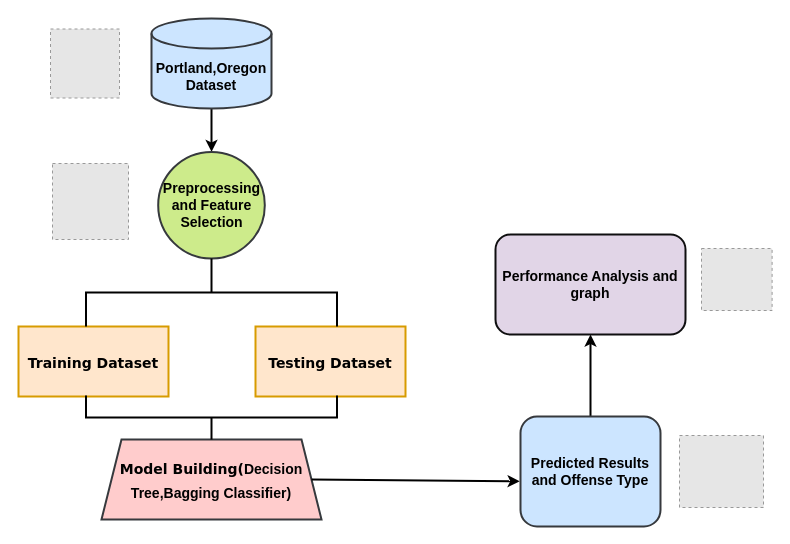
This is Untitled Diagram.drawio from ChanumoluGayathri/System_Design, a draw.io file, before an edit. Source tidied: cells renumbered, new cells numbered last; positions are measured from the earlier drawing's top-left corner, leaving out a move shared by most shapes. Both pictures are drawn from the tidied source at 100%, with x=0, y=0 at pixel (18, 18). Pictures stored in the file or linked from it are replaced by grey dashed boxes.
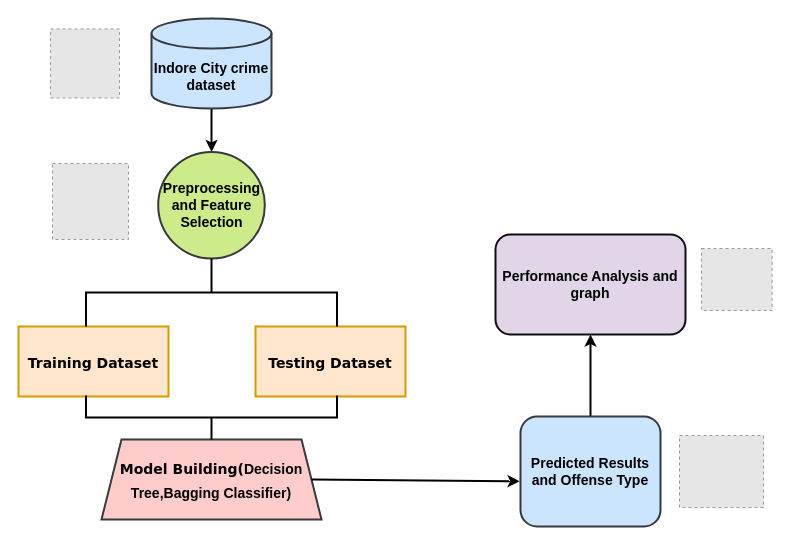
The same page after the edit.

Diff of the diagram source:
```diff
@@
 <mxGraphModel>
   <root>
     <mxCell id="0" />
     <mxCell id="1" parent="0" />
     <mxCell id="2" style="edgeStyle=orthogonalEdgeStyle;rounded=0;jettySize=auto;html=1;strokeWidth=2;" parent="1" edge="1" source="3" target="4">
       <mxGeometry relative="1" as="geometry" />
     </mxCell>
-    <mxCell id="3" value="&lt;b&gt;&lt;font style=&quot;font-size: 14px;&quot;&gt;Portland,Oregon Dataset&lt;/font&gt;&lt;/b&gt;" style="shape=cylinder3;whiteSpace=wrap;html=1;boundedLbl=1;backgroundOutline=1;size=15;fillColor=#cce5ff;strokeColor=#36393d;strokeWidth=2;" parent="1" vertex="1">
+    <mxCell id="3" value="&lt;span style=&quot;font-size: 14px;&quot;&gt;&lt;b&gt;Indore City crime dataset&lt;/b&gt;&lt;/span&gt;" style="shape=cylinder3;whiteSpace=wrap;html=1;boundedLbl=1;backgroundOutline=1;size=15;fillColor=#cce5ff;strokeColor=#36393d;strokeWidth=2;" parent="1" vertex="1">
       <mxGeometry x="133" width="120" height="90" as="geometry" />
     </mxCell>
     <mxCell id="4" value="&lt;b style=&quot;font-size: 14px;&quot;&gt;&lt;font style=&quot;font-size: 14px;&quot;&gt;Preprocessing and Feature S&lt;/font&gt;election&lt;/b&gt;" style="ellipse;whiteSpace=wrap;html=1;fillColor=#cdeb8b;strokeColor=#36393d;strokeWidth=2;" parent="1" vertex="1">
       <mxGeometry x="139.7" y="133.4" width="106.6" height="106.6" as="geometry" />
     </mxCell>
     <mxCell id="5" style="edgeStyle=orthogonalEdgeStyle;rounded=0;jettySize=auto;html=1;strokeWidth=2;" parent="1" edge="1" source="6" target="7">
       <mxGeometry relative="1" as="geometry" />
     </mxCell>
     <mxCell id="6" value="&lt;b&gt;&lt;font style=&quot;font-size: 14px;&quot;&gt;Predicted Results and Offense Type&lt;/font&gt;&lt;/b&gt;" style="rounded=1;whiteSpace=wrap;html=1;fillColor=#cce5ff;strokeColor=#36393d;strokeWidth=2;" parent="1" vertex="1">
       <mxGeometry x="502" y="398" width="140" height="110" as="geometry" />
     </mxCell>
     <mxCell id="7" value="&lt;b&gt;&lt;font style=&quot;font-size: 14px;&quot;&gt;Performance Analysis and graph&lt;/font&gt;&lt;/b&gt;" style="rounded=1;whiteSpace=wrap;html=1;fillColor=#e1d5e7;strokeColor=#0f0f10;strokeWidth=2;" parent="1" vertex="1">
       <mxGeometry x="477" y="216" width="190" height="100" as="geometry" />
     </mxCell>
     <mxCell id="8" value="&lt;font size=&quot;1&quot; face=&quot;Verdana&quot;&gt;&lt;b style=&quot;font-size: 14px;&quot;&gt;Training Dataset&lt;/b&gt;&lt;/font&gt;" style="whiteSpace=wrap;html=1;hachureGap=4;fontFamily=Architects Daughter;fontSize=20;fillColor=#ffe6cc;strokeColor=#d79b00;strokeWidth=2;" parent="1" vertex="1">
       <mxGeometry y="308" width="150" height="70" as="geometry" />
     </mxCell>
     <mxCell id="9" value="&lt;font size=&quot;1&quot; face=&quot;Verdana&quot;&gt;&lt;b style=&quot;font-size: 14px;&quot;&gt;Testing Dataset&lt;/b&gt;&lt;/font&gt;" style="rounded=0;whiteSpace=wrap;html=1;hachureGap=4;fontFamily=Architects Daughter;fontSize=20;fillColor=#ffe6cc;strokeColor=#d79b00;strokeWidth=2;" parent="1" vertex="1">
       <mxGeometry x="237" y="308" width="150" height="70" as="geometry" />
     </mxCell>
     <mxCell id="10" value="&lt;font style=&quot;font-size: 14px;&quot;&gt;&lt;b&gt;&lt;font style=&quot;font-size: 14px;&quot; face=&quot;Verdana&quot;&gt;Model Building(&lt;/font&gt;&lt;span style=&quot;border-color: var(--border-color); font-family: Helvetica;&quot;&gt;&lt;font style=&quot;border-color: var(--border-color); font-size: 14px;&quot;&gt;Decision Tree,Bagging Classifier)&lt;/font&gt;&lt;/span&gt;&lt;/b&gt;&lt;/font&gt;" style="shape=trapezoid;perimeter=trapezoidPerimeter;whiteSpace=wrap;html=1;fixedSize=1;fontSize=20;fontFamily=Architects Daughter;hachureGap=4;fillColor=#ffcccc;strokeColor=#36393d;strokeWidth=2;" parent="1" vertex="1">
       <mxGeometry x="83" y="421" width="220" height="80" as="geometry" />
     </mxCell>
     <mxCell id="11" style="fillColor=#E6E6E6;strokeColor=#999999;dashed=1;verticalLabelPosition=bottom;labelBackgroundColor=default;verticalAlign=top;" parent="1" vertex="1">
       <mxGeometry x="34" y="145" width="76" height="76" as="geometry" />
     </mxCell>
     <mxCell id="12" style="fillColor=#E6E6E6;strokeColor=#999999;dashed=1;verticalLabelPosition=bottom;labelBackgroundColor=default;verticalAlign=top;" parent="1" vertex="1">
       <mxGeometry x="32" y="10.5" width="69" height="69" as="geometry" />
     </mxCell>
     <mxCell id="13" style="fillColor=#E6E6E6;strokeColor=#999999;dashed=1;verticalLabelPosition=bottom;labelBackgroundColor=default;verticalAlign=top;" parent="1" vertex="1">
       <mxGeometry x="683" y="230" width="70.6" height="62" as="geometry" />
     </mxCell>
     <mxCell id="14" style="fillColor=#E6E6E6;strokeColor=#999999;dashed=1;verticalLabelPosition=bottom;labelBackgroundColor=default;verticalAlign=top;" parent="1" vertex="1">
       <mxGeometry x="661" y="417" width="84" height="72" as="geometry" />
     </mxCell>
     <mxCell id="15" style="strokeWidth=2;html=1;shape=mxgraph.flowchart.annotation_2;align=left;labelPosition=right;hachureGap=4;fontFamily=Architects Daughter;fontSize=20;perimeterSpacing=4;direction=south;" parent="1" vertex="1">
       <mxGeometry x="67.5" y="240" width="251" height="68" as="geometry" />
     </mxCell>
     <mxCell id="16" style="strokeWidth=2;html=1;shape=mxgraph.flowchart.annotation_2;align=left;labelPosition=right;hachureGap=4;fontFamily=Architects Daughter;fontSize=20;perimeterSpacing=4;direction=north;" parent="1" vertex="1">
       <mxGeometry x="67.5" y="377" width="251" height="44" as="geometry" />
     </mxCell>
     <mxCell id="17" style="endArrow=classic;html=1;rounded=0;hachureGap=4;fontFamily=Architects Daughter;fontSize=16;exitX=1;exitY=0.5;exitDx=0;exitDy=0;entryX=-0.006;entryY=0.589;entryDx=0;entryDy=0;entryPerimeter=0;strokeWidth=2;" parent="1" edge="1" source="10" target="6">
       <mxGeometry relative="1" as="geometry" />
     </mxCell>
   </root>
 </mxGraphModel>
```
